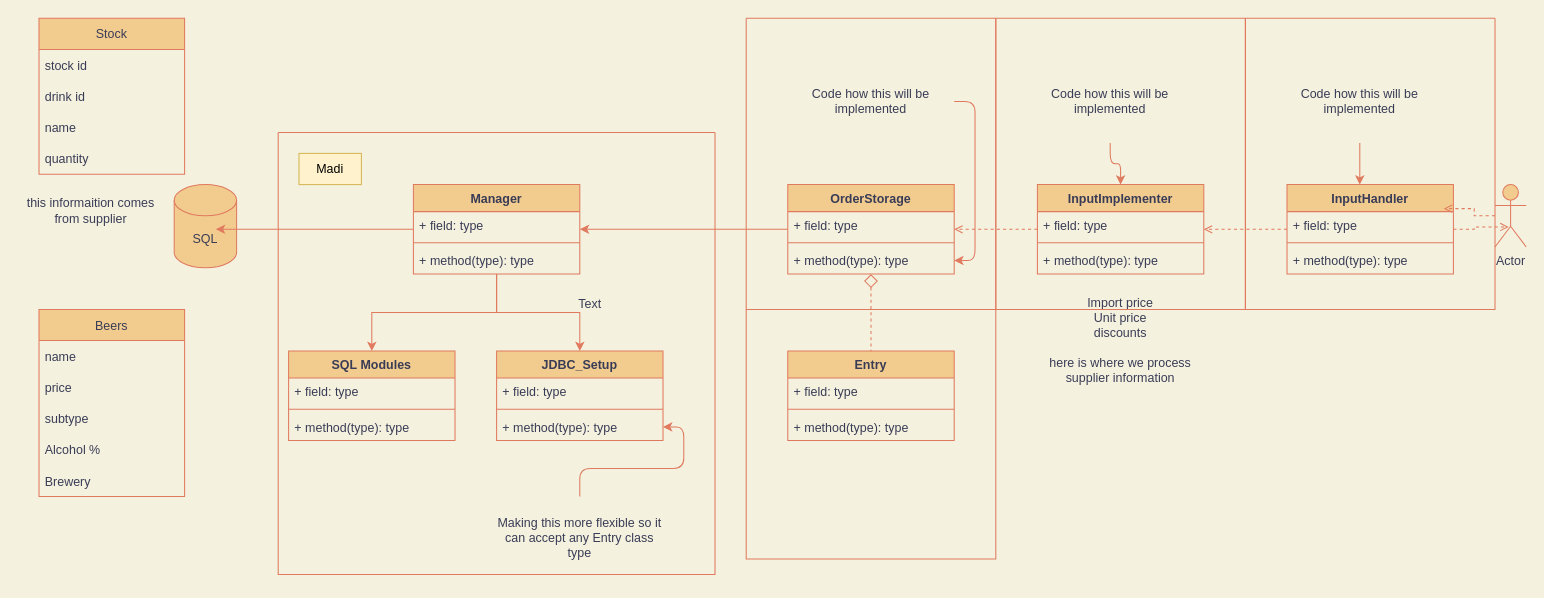
Above: page "Page-1" (1 of 2) of dimmbar.drawio in Daoist-W/dimmbar (draw.io), before the change. Source tidied: cells renumbered, new cells numbered last; positions are measured from the earlier drawing's top-left corner, leaving out a move shared by most shapes. Both pictures are drawn from the tidied source at 104%, with x=0, y=0 at pixel (18, 18).
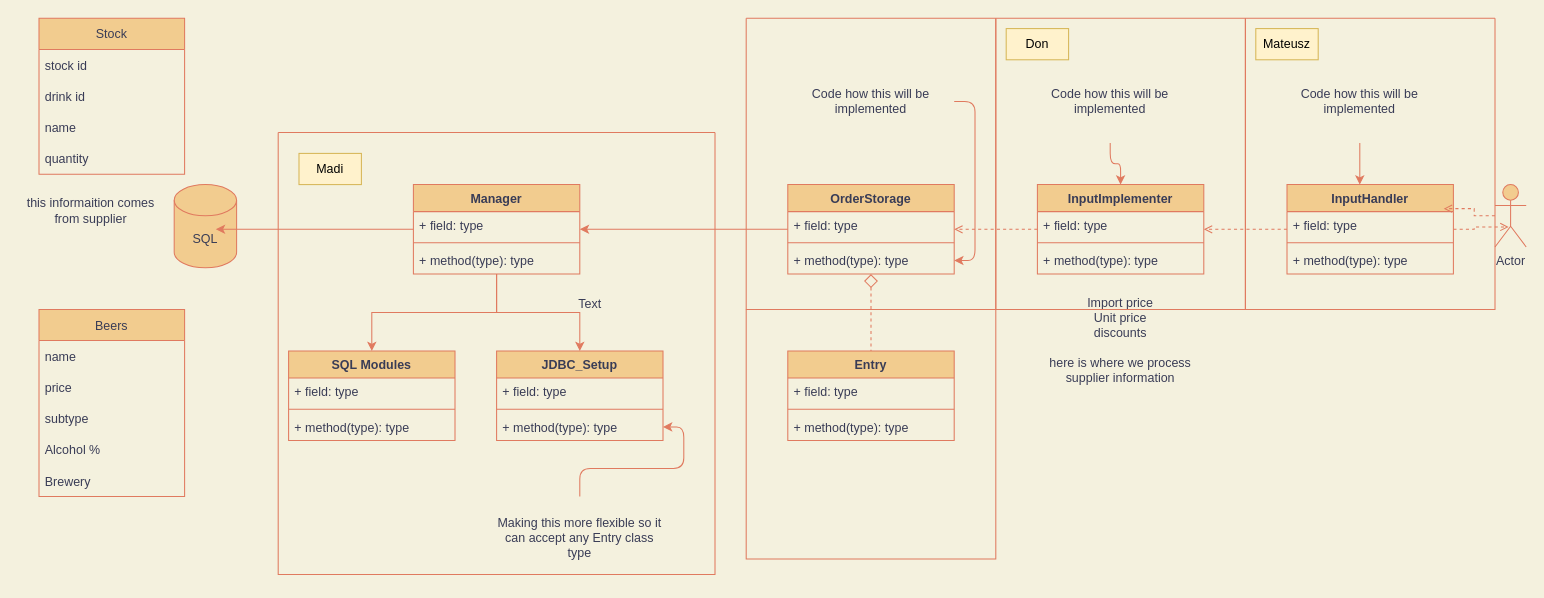
The same page after the edit.

Commit message (it also covers changes not shown here):
updated readme and UML diagram (Page 2)

The change refers to these unchanged cells:
```xml
<mxCell id="66" style="swimlane;startSize=0;rounded=0;sketch=0;fontColor=#393C56;strokeColor=#E07A5F;fillColor=#F2CC8F;" parent="1" vertex="1">
  <mxGeometry x="940" width="240" height="280" as="geometry" />
</mxCell>
<mxCell id="67" style="swimlane;startSize=0;rounded=0;sketch=0;fontColor=#393C56;strokeColor=#E07A5F;fillColor=#F2CC8F;" parent="1" vertex="1">
  <mxGeometry x="1180" width="240" height="280" as="geometry" />
</mxCell>
```

Diff of the diagram source:
```diff
@@
+    <mxCell id="69" value="Don" style="text;html=1;strokeColor=#d6b656;fillColor=#fff2cc;align=center;verticalAlign=middle;whiteSpace=wrap;rounded=0;" parent="66" vertex="1">
+      <mxGeometry x="10" y="10" width="60" height="30" as="geometry" />
+    </mxCell>
@@
+    <mxCell id="70" value="Mateusz" style="text;html=1;strokeColor=#d6b656;fillColor=#fff2cc;align=center;verticalAlign=middle;whiteSpace=wrap;rounded=0;" parent="67" vertex="1">
+      <mxGeometry x="10" y="10" width="60" height="30" as="geometry" />
+    </mxCell>
```
